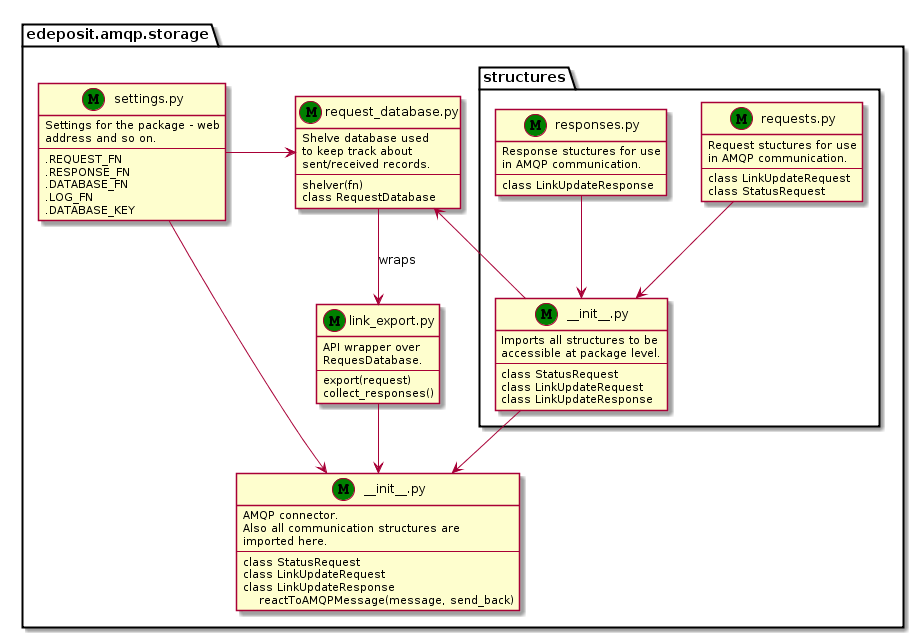
Above: docs/_static/relations.png in edeposit/edeposit.amqp.aleph_link_export (PlantUML), before the change.
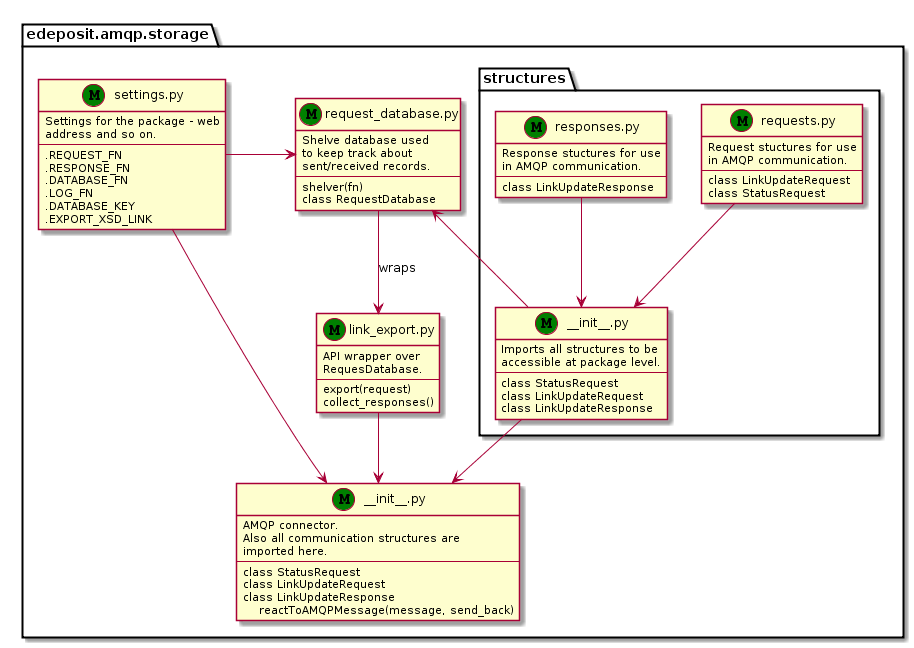
Later version of the same file.

Commit message:
#2: Added new variable settings.EXPORT_XSD_LINK.

Diff of the diagram source:
```diff
@@ -62,6 +62,7 @@
         .DATABASE_FN
         .LOG_FN
         .DATABASE_KEY
+        .EXPORT_XSD_LINK
     }
     struct_init -d-> init
     struct_init -l-> request_database
```
